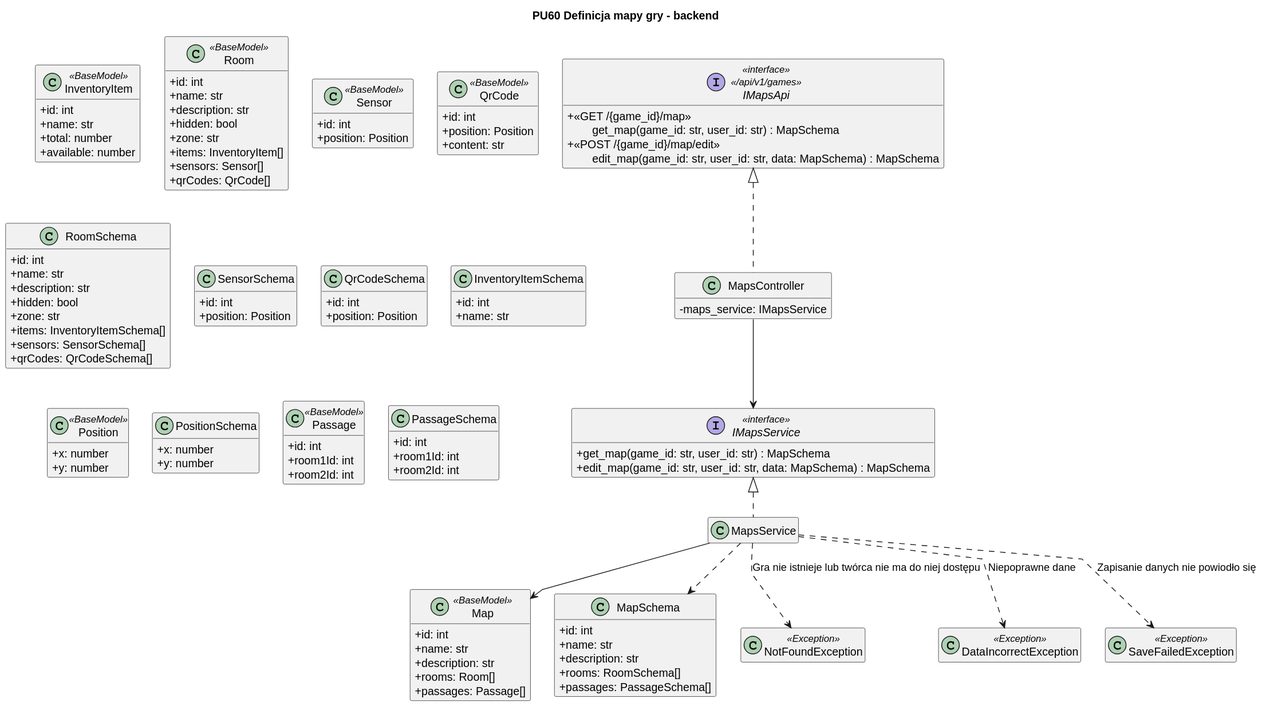
This is diagrams/backend/rendered/map-definition.svg from Igor-Ochocki/POP-2026Z, a PlantUML export, as it was before one commit.
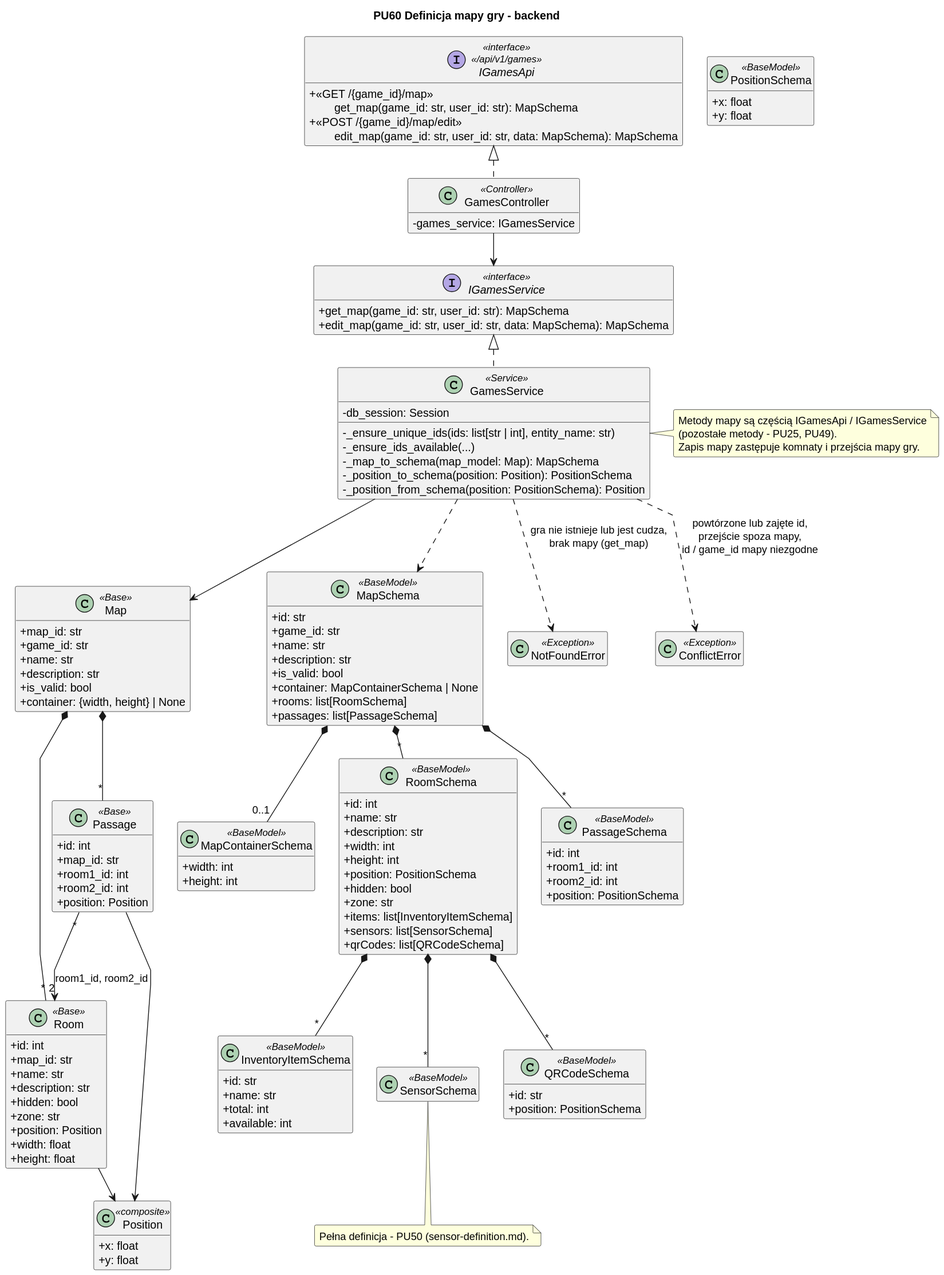
After the change.

Diff of the diagram source:
```diff
@@ -10,133 +10,148 @@
 
 title PU60 Definicja mapy gry - backend
 
-interface IMapsApi <<interface>> \n<< /api/v1/games >> {
-    + <<GET /{game_id}/map >>\n\tget_map(game_id: str, user_id: str) : MapSchema
-    + <<POST /{game_id}/map/edit >>\n\tedit_map(game_id: str, user_id: str, data: MapSchema) : MapSchema
+interface IGamesApi <<interface>>\n<< /api/v1/games >> {
+    + <<GET /{game_id}/map >>\n\tget_map(game_id: str, user_id: str): MapSchema
+    + <<POST /{game_id}/map/edit >>\n\tedit_map(game_id: str, user_id: str, data: MapSchema): MapSchema
 }
 
-class MapsController implements IMapsApi {
-    - maps_service: IMapsService
+class GamesController <<Controller>> {
+    - games_service: IGamesService
 }
 
-interface IMapsService <<interface>> {
-    + get_map(game_id: str, user_id: str) : MapSchema
-    + edit_map(game_id: str, user_id: str, data: MapSchema) : MapSchema
+interface IGamesService <<interface>> {
+    + get_map(game_id: str, user_id: str): MapSchema
+    + edit_map(game_id: str, user_id: str, data: MapSchema): MapSchema
 }
 
-MapsController --> IMapsService
-
-class MapsService implements IMapsService {
+class GamesService <<Service>> {
+    - db_session: Session
+    - _ensure_unique_ids(ids: list[str | int], entity_name: str)
+    - _ensure_ids_available(...)
+    - _map_to_schema(map_model: Map): MapSchema
+    - _position_to_schema(position: Position): PositionSchema
+    - _position_from_schema(position: PositionSchema): Position
 }
 
-class Map <<BaseModel>> {
-    + id: int
+class Map <<Base>> {
+    + map_id: str
+    + game_id: str
     + name: str
     + description: str
-    + rooms: Room[]
-    + passages: Passage[]
+    + is_valid: bool
+    + container: {width, height} | None
 }
 
-class MapSchema {
+class Room <<Base>> {
     + id: int
-    + name: str
-    + description: str
-    + rooms: RoomSchema[]
-    + passages: PassageSchema[]
-}
-
-class InventoryItem <<BaseModel>> {
-    + id: int
-    + name: str
-    + total: number
-    + available: number
-}
-
-class Room <<BaseModel>> {
-    + id: int
+    + map_id: str
     + name: str
     + description: str
     + hidden: bool
     + zone: str
-    + items: InventoryItem[]
-    + sensors: Sensor[]
-    + qrCodes: QrCode[]
+    + position: Position
+    + width: float
+    + height: float
 }
 
-class Sensor <<BaseModel>> {
+class Passage <<Base>> {
     + id: int
+    + map_id: str
+    + room1_id: int
+    + room2_id: int
     + position: Position
 }
 
-class QrCode <<BaseModel>> {
-    + id: int
-    + position: Position
-    + content: str
+class Position <<composite>> {
+    + x: float
+    + y: float
 }
 
-class RoomSchema {
+class MapSchema <<BaseModel>> {
+    + id: str
+    + game_id: str
+    + name: str
+    + description: str
+    + is_valid: bool
+    + container: MapContainerSchema | None
+    + rooms: list[RoomSchema]
+    + passages: list[PassageSchema]
+}
+
+class MapContainerSchema <<BaseModel>> {
+    + width: int
+    + height: int
+}
+
+class RoomSchema <<BaseModel>> {
     + id: int
     + name: str
     + description: str
+    + width: int
+    + height: int
+    + position: PositionSchema
     + hidden: bool
     + zone: str
-    + items: InventoryItemSchema[]
-    + sensors: SensorSchema[]
-    + qrCodes: QrCodeSchema[]
+    + items: list[InventoryItemSchema]
+    + sensors: list[SensorSchema]
+    + qrCodes: list[QRCodeSchema]
 }
 
-class SensorSchema {
+class PassageSchema <<BaseModel>> {
     + id: int
-    + position: Position
+    + room1_id: int
+    + room2_id: int
+    + position: PositionSchema
 }
 
-class QrCodeSchema {
-    + id: int
-    + position: Position
+class PositionSchema <<BaseModel>> {
+    + x: float
+    + y: float
 }
 
-class InventoryItemSchema {
-    + id: int
+class InventoryItemSchema <<BaseModel>> {
+    + id: str
     + name: str
+    + total: int
+    + available: int
 }
 
-class Position <<BaseModel>> {
-    + x: number
-    + y: number
+class SensorSchema <<BaseModel>>
+class QRCodeSchema <<BaseModel>> {
+    + id: str
+    + position: PositionSchema
 }
 
-class PositionSchema {
-    + x: number
-    + y: number
-}
+class NotFoundError <<Exception>>
+class ConflictError <<Exception>>
 
-class Passage <<BaseModel>> {
-    + id: int
-    + room1Id: int
-    + room2Id: int
-}
+GamesController .u.|> IGamesApi
+GamesController --> IGamesService
+GamesService .u.|> IGamesService
+GamesService --> Map
+GamesService ..> MapSchema
+GamesService ..> NotFoundError : gra nie istnieje lub jest cudza,\nbrak mapy (get_map)
+GamesService ..> ConflictError : powtórzone lub zajęte id,\nprzejście spoza mapy,\nid / game_id mapy niezgodne
 
-class PassageSchema {
-    + id: int
-    + room1Id: int
-    + room2Id: int
-}
+Map *-- "*" Room
+Map *-- "*" Passage
+Passage "*" --> "2" Room : room1_id, room2_id
+Room --> Position
+Passage --> Position
 
-class NotFoundException <<Exception>> {
+MapSchema *-- "0..1" MapContainerSchema
+MapSchema *-- "*" RoomSchema
+MapSchema *-- "*" PassageSchema
+RoomSchema *-- "*" InventoryItemSchema
+RoomSchema *-- "*" SensorSchema
+RoomSchema *-- "*" QRCodeSchema
 
-}
-
-class DataIncorrectException <<Exception>> {
-
-}
-
-class SaveFailedException <<Exception>> {
-
-}
-
-MapsService --> Map
-MapsService ..> MapSchema
-MapsService ..> NotFoundException : Gra nie istnieje lub twórca nie ma do niej dostępu
-MapsService ..> DataIncorrectException : Niepoprawne dane
-MapsService ..> SaveFailedException : Zapisanie danych nie powiodło się
+note bottom of SensorSchema
+    Pełna definicja - PU50 (sensor-definition.md).
+end note
+note right of GamesService
+    Metody mapy są częścią IGamesApi / IGamesService
+    (pozostałe metody - PU25, PU49).
+    Zapis mapy zastępuje komnaty i przejścia mapy gry.
+end note
 @enduml
```
